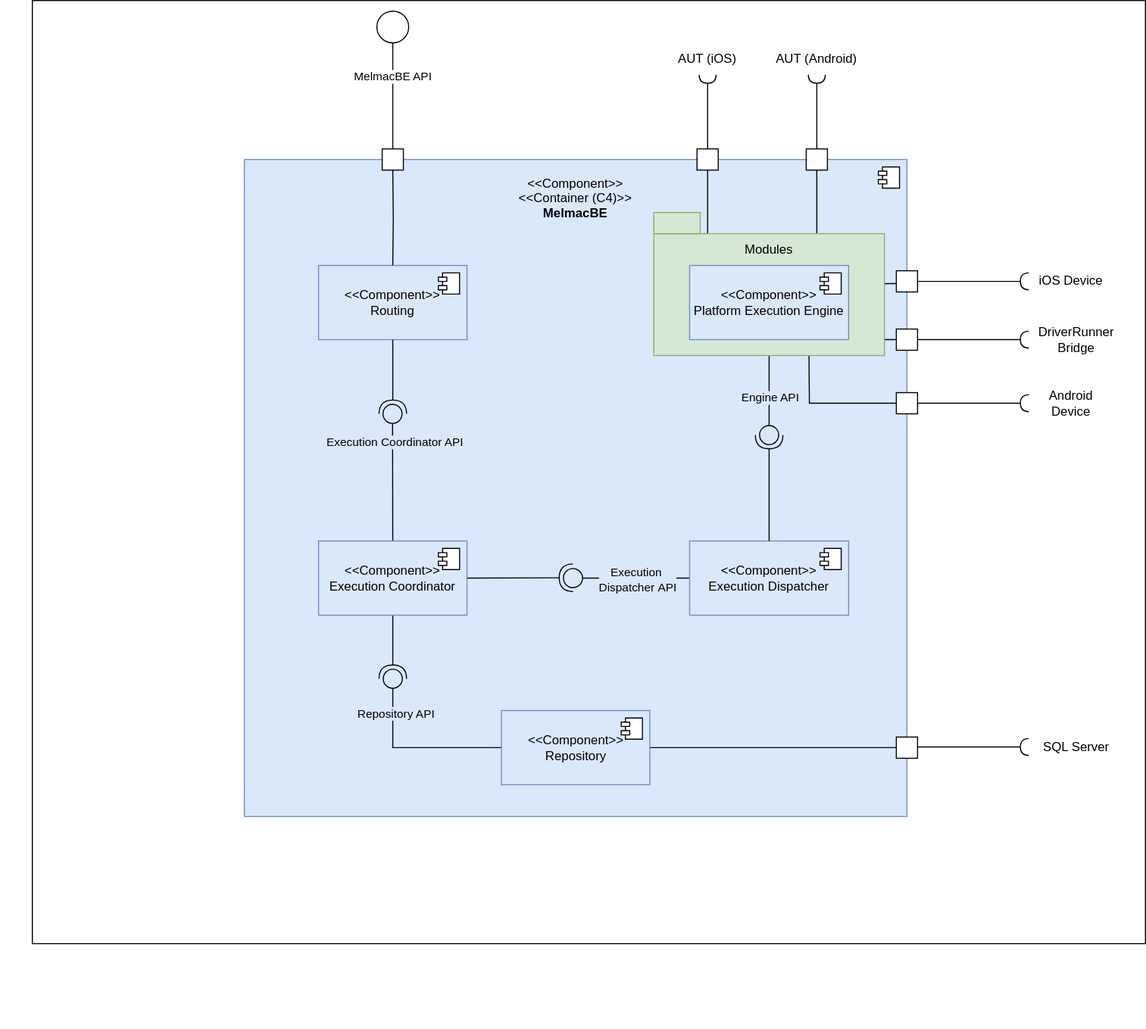
Above: docs/global-artifacts/03.design/logical-view/level-3/svg/L3-LV-MelmacBE-ALT.svg in Mindera/Alfie-Melmac-Performance-Testing (draw.io), before the change. Source tidied: cells renumbered, new cells last; positions are measured from the earlier drawing's top-left corner, leaving out a move shared by most shapes.
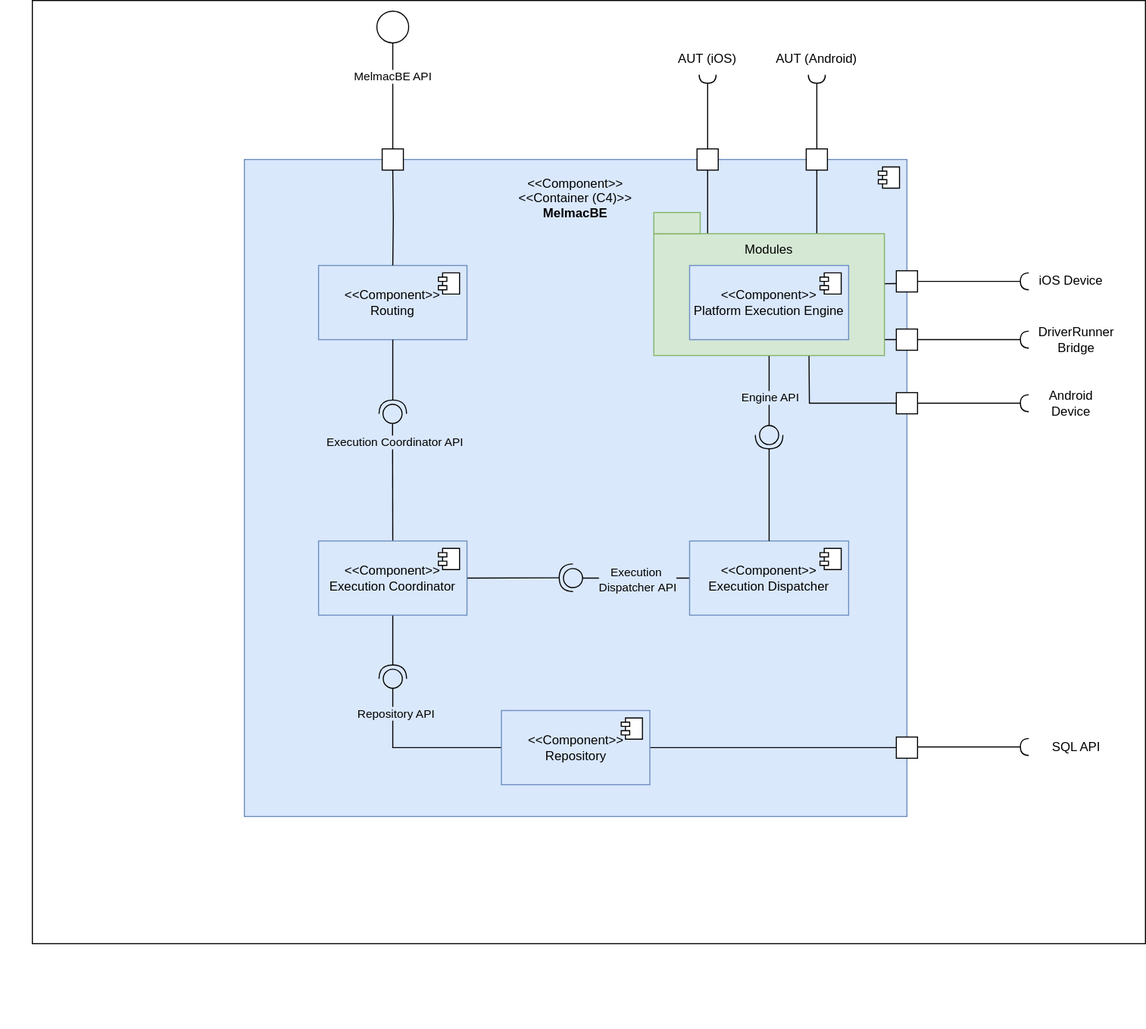
The same file after the commit.

The edit, as a diff of the source:
```diff
@@ -241,7 +241,7 @@
         <mxPoint x="970" y="704.4" as="targetPoint" />
       </mxGeometry>
     </mxCell>
-    <mxCell id="62" value="SQL Server" style="text;html=1;align=center;verticalAlign=middle;whiteSpace=wrap;rounded=0;" parent="8" vertex="1">
+    <mxCell id="62" value="SQL API" style="text;html=1;align=center;verticalAlign=middle;whiteSpace=wrap;rounded=0;" parent="8" vertex="1">
       <mxGeometry x="975" y="690" width="80" height="30" as="geometry" />
     </mxCell>
     <mxCell id="63" value="&amp;lt;&amp;lt;Component&amp;gt;&amp;gt;&lt;div&gt;Platform Execution Engine&lt;/div&gt;" style="html=1;whiteSpace=wrap;fillColor=#dae8fc;strokeColor=#6c8ebf;" parent="8" vertex="1">
```
